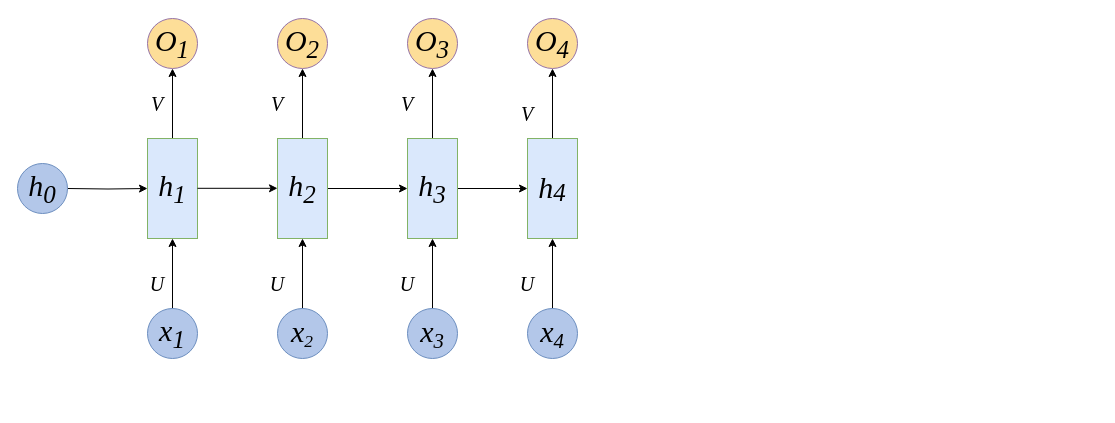
lengyueit/paper_pic keeps this draw.io diagram as efficient_transformer/rnn.drawio. Above is the earlier version. Source tidied: cells renumbered, new cells numbered last; positions are measured from the earlier drawing's top-left corner, leaving out a move shared by most shapes. Both pictures are drawn from the tidied source at 100%, with x=0, y=0 at pixel (17, 18).
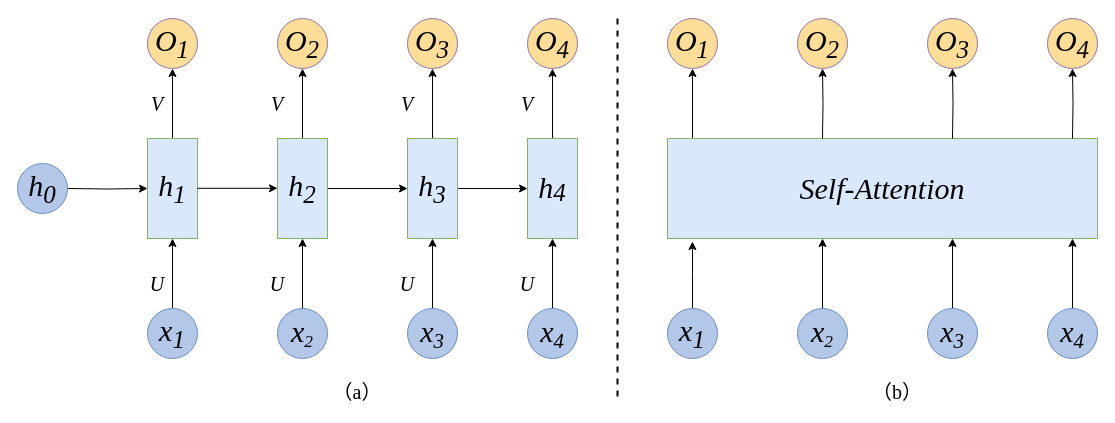
The same page after the edit.

Change to the diagram source:
```diff
@@
     <mxCell id="33" value="V" style="text;html=1;align=center;verticalAlign=middle;whiteSpace=wrap;rounded=0;fontFamily=Times New Roman;fontSize=20;fontStyle=2;" parent="1" vertex="1">
-      <mxGeometry x="480" y="80" width="60" height="30" as="geometry" />
+      <mxGeometry x="480" y="70" width="60" height="30" as="geometry" />
     </mxCell>
@@
+    <mxCell id="35" style="edgeStyle=orthogonalEdgeStyle;rounded=0;jettySize=auto;html=1;exitX=0.5;exitY=0;exitDx=0;exitDy=0;entryX=0.5;entryY=1;entryDx=0;entryDy=0;" parent="1" edge="1" source="36" target="45">
+      <mxGeometry relative="1" as="geometry">
+        <Array as="points">
+          <mxPoint x="675" y="120" />
+        </Array>
+      </mxGeometry>
+    </mxCell>
+    <mxCell id="36" value="Self-Attention" style="rounded=0;whiteSpace=wrap;html=1;fontFamily=Times New Roman;fontSize=30;fontStyle=2;fillColor=#dae8fc;strokeColor=#82b366;" parent="1" vertex="1">
+      <mxGeometry x="650" y="120" width="430" height="100" as="geometry" />
+    </mxCell>
+    <mxCell id="37" style="edgeStyle=orthogonalEdgeStyle;rounded=0;jettySize=auto;html=1;exitX=0.5;exitY=0;exitDx=0;exitDy=0;entryX=0.058;entryY=1.03;entryDx=0;entryDy=0;entryPerimeter=0;" parent="1" edge="1" source="38" target="36">
+      <mxGeometry relative="1" as="geometry" />
+    </mxCell>
+    <mxCell id="38" value="&lt;i&gt;x&lt;sub&gt;1&lt;/sub&gt;&lt;/i&gt;" style="ellipse;whiteSpace=wrap;html=1;fontFamily=Times New Roman;fontSize=30;fillColor=#b3c7e9;strokeColor=#6c8ebf;" parent="1" vertex="1">
+      <mxGeometry x="650" y="290" width="50" height="50" as="geometry" />
+    </mxCell>
+    <mxCell id="39" style="edgeStyle=orthogonalEdgeStyle;rounded=0;jettySize=auto;html=1;exitX=0.5;exitY=0;exitDx=0;exitDy=0;entryX=0.5;entryY=1;entryDx=0;entryDy=0;" parent="1" edge="1" source="40">
+      <mxGeometry relative="1" as="geometry">
+        <mxPoint x="805" y="220" as="targetPoint" />
+      </mxGeometry>
+    </mxCell>
+    <mxCell id="40" value="&lt;i&gt;x&lt;span style=&quot;font-size: 20.8333px;&quot;&gt;&lt;sub&gt;2&lt;/sub&gt;&lt;/span&gt;&lt;/i&gt;" style="ellipse;whiteSpace=wrap;html=1;fontFamily=Times New Roman;fontSize=30;fillColor=#B3C7E9;strokeColor=#6c8ebf;" parent="1" vertex="1">
+      <mxGeometry x="780" y="290" width="50" height="50" as="geometry" />
+    </mxCell>
+    <mxCell id="41" style="edgeStyle=orthogonalEdgeStyle;rounded=0;jettySize=auto;html=1;exitX=0.5;exitY=0;exitDx=0;exitDy=0;entryX=0.5;entryY=1;entryDx=0;entryDy=0;" parent="1" edge="1" source="42">
+      <mxGeometry relative="1" as="geometry">
+        <mxPoint x="935" y="220" as="targetPoint" />
+      </mxGeometry>
+    </mxCell>
+    <mxCell id="42" value="&lt;i&gt;x&lt;span style=&quot;font-size: 25px;&quot;&gt;&lt;sub&gt;3&lt;/sub&gt;&lt;/span&gt;&lt;/i&gt;" style="ellipse;whiteSpace=wrap;html=1;fontFamily=Times New Roman;fontSize=30;fillColor=#B3C7E9;strokeColor=#6c8ebf;" parent="1" vertex="1">
+      <mxGeometry x="910" y="290" width="50" height="50" as="geometry" />
+    </mxCell>
+    <mxCell id="43" style="edgeStyle=orthogonalEdgeStyle;rounded=0;jettySize=auto;html=1;exitX=0.5;exitY=0;exitDx=0;exitDy=0;entryX=0.5;entryY=1;entryDx=0;entryDy=0;" parent="1" edge="1" source="44">
+      <mxGeometry relative="1" as="geometry">
+        <mxPoint x="1055" y="220" as="targetPoint" />
+      </mxGeometry>
+    </mxCell>
+    <mxCell id="44" value="&lt;i&gt;x&lt;span style=&quot;font-size: 25px;&quot;&gt;&lt;sub&gt;4&lt;/sub&gt;&lt;/span&gt;&lt;/i&gt;" style="ellipse;whiteSpace=wrap;html=1;fontFamily=Times New Roman;fontSize=30;fillColor=#B3C7E9;strokeColor=#6c8ebf;" parent="1" vertex="1">
+      <mxGeometry x="1030" y="290" width="50" height="50" as="geometry" />
+    </mxCell>
+    <mxCell id="45" value="&lt;i&gt;O&lt;sub&gt;1&lt;/sub&gt;&lt;/i&gt;" style="ellipse;whiteSpace=wrap;html=1;fontFamily=Times New Roman;fontSize=30;fillColor=#fdde98;strokeColor=#9673a6;" parent="1" vertex="1">
+      <mxGeometry x="650" width="50" height="50" as="geometry" />
+    </mxCell>
+    <mxCell id="46" style="edgeStyle=orthogonalEdgeStyle;rounded=0;jettySize=auto;html=1;exitX=0.5;exitY=0;exitDx=0;exitDy=0;entryX=0.5;entryY=1;entryDx=0;entryDy=0;" parent="1" edge="1" target="49">
+      <mxGeometry relative="1" as="geometry">
+        <mxPoint x="805" y="120" as="sourcePoint" />
+      </mxGeometry>
+    </mxCell>
+    <mxCell id="47" style="edgeStyle=orthogonalEdgeStyle;rounded=0;jettySize=auto;html=1;exitX=0.5;exitY=0;exitDx=0;exitDy=0;" parent="1" edge="1" target="50">
+      <mxGeometry relative="1" as="geometry">
+        <mxPoint x="935" y="120" as="sourcePoint" />
+      </mxGeometry>
+    </mxCell>
+    <mxCell id="48" style="edgeStyle=orthogonalEdgeStyle;rounded=0;jettySize=auto;html=1;exitX=0.5;exitY=0;exitDx=0;exitDy=0;entryX=0.5;entryY=1;entryDx=0;entryDy=0;" parent="1" edge="1" target="51">
+      <mxGeometry relative="1" as="geometry">
+        <mxPoint x="1055" y="120" as="sourcePoint" />
+      </mxGeometry>
+    </mxCell>
+    <mxCell id="49" value="&lt;i&gt;O&lt;sub style=&quot;&quot;&gt;&lt;font style=&quot;font-size: 25px;&quot;&gt;2&lt;/font&gt;&lt;/sub&gt;&lt;/i&gt;" style="ellipse;whiteSpace=wrap;html=1;fontFamily=Times New Roman;fontSize=30;fillColor=#fdde98;strokeColor=#9673a6;" parent="1" vertex="1">
+      <mxGeometry x="780" width="50" height="50" as="geometry" />
+    </mxCell>
+    <mxCell id="50" value="&lt;i&gt;O&lt;sub style=&quot;&quot;&gt;&lt;font style=&quot;font-size: 25px;&quot;&gt;3&lt;/font&gt;&lt;/sub&gt;&lt;/i&gt;" style="ellipse;whiteSpace=wrap;html=1;fontFamily=Times New Roman;fontSize=30;fillColor=#fdde98;strokeColor=#9673a6;" parent="1" vertex="1">
+      <mxGeometry x="910" width="50" height="50" as="geometry" />
+    </mxCell>
+    <mxCell id="51" value="&lt;i&gt;O&lt;sub style=&quot;&quot;&gt;&lt;font style=&quot;font-size: 25px;&quot;&gt;4&lt;/font&gt;&lt;/sub&gt;&lt;/i&gt;" style="ellipse;whiteSpace=wrap;html=1;fontFamily=Times New Roman;fontSize=30;fillColor=#fdde98;strokeColor=#9673a6;" parent="1" vertex="1">
+      <mxGeometry x="1030" width="50" height="50" as="geometry" />
+    </mxCell>
+    <mxCell id="52" style="endArrow=none;dashed=1;html=1;rounded=0;strokeWidth=2;" parent="1" edge="1">
+      <mxGeometry relative="1" as="geometry">
+        <mxPoint x="600" y="378" as="sourcePoint" />
+        <mxPoint x="600" as="targetPoint" />
+      </mxGeometry>
+    </mxCell>
+    <mxCell id="53" value="&lt;span style=&quot;font-style: normal;&quot;&gt;（a）&lt;/span&gt;" style="text;html=1;align=center;verticalAlign=middle;whiteSpace=wrap;rounded=0;fontFamily=Times New Roman;fontSize=20;fontStyle=2;" parent="1" vertex="1">
+      <mxGeometry x="310" y="358" width="60" height="30" as="geometry" />
+    </mxCell>
+    <mxCell id="54" value="&lt;span style=&quot;font-style: normal;&quot;&gt;（b）&lt;/span&gt;" style="text;html=1;align=center;verticalAlign=middle;whiteSpace=wrap;rounded=0;fontFamily=Times New Roman;fontSize=20;fontStyle=2;" parent="1" vertex="1">
+      <mxGeometry x="850" y="358" width="60" height="30" as="geometry" />
+    </mxCell>
```
